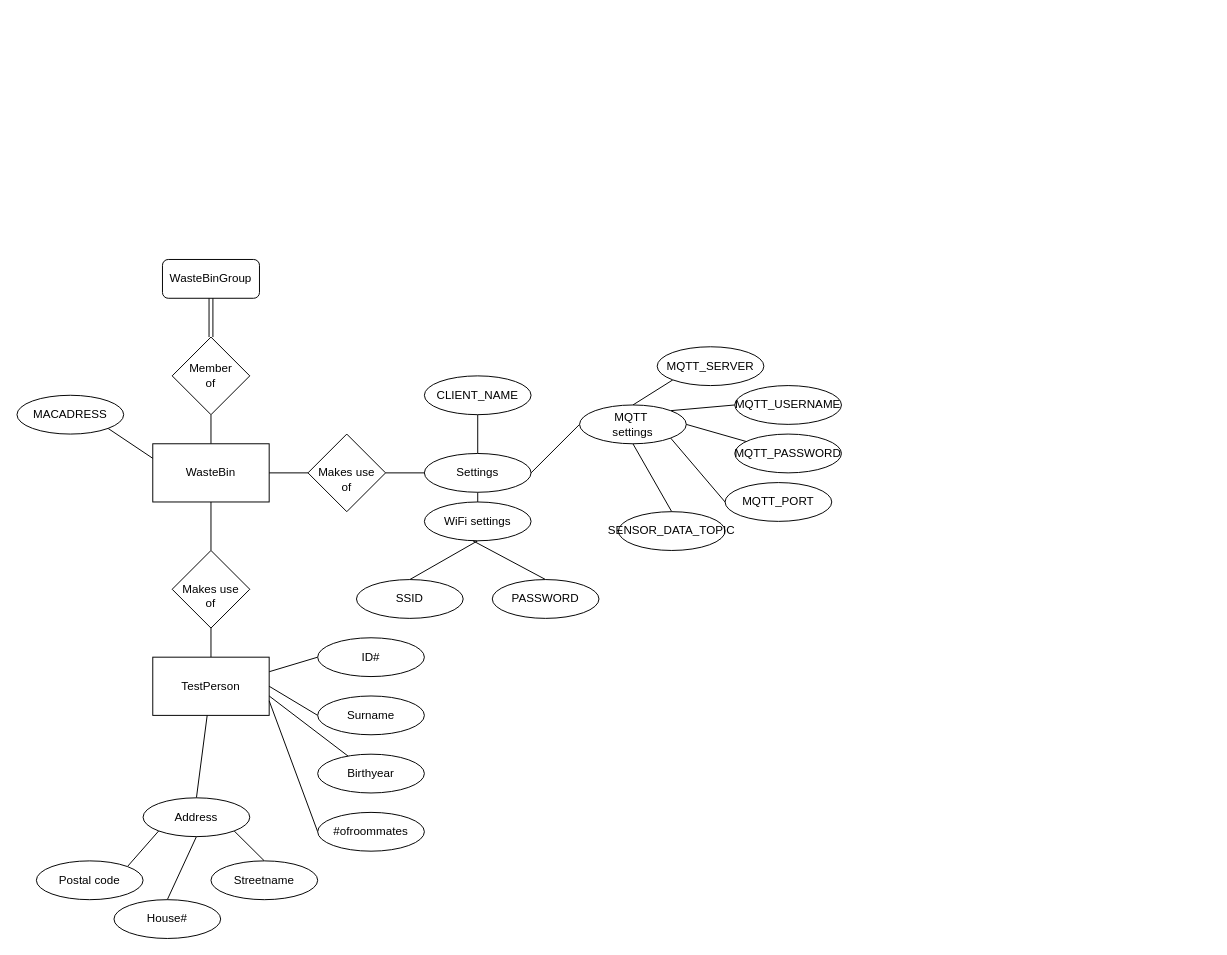
Above: WasteBinDBER.drawio in Casperdroid5/IoT-WasteBin-prototype (draw.io), before the change. Source tidied: cells renumbered, new cells numbered last; positions are measured from the earlier drawing's top-left corner, leaving out a move shared by most shapes. Both pictures are drawn from the tidied source at 97%, with x=0, y=0 at pixel (16, 259).
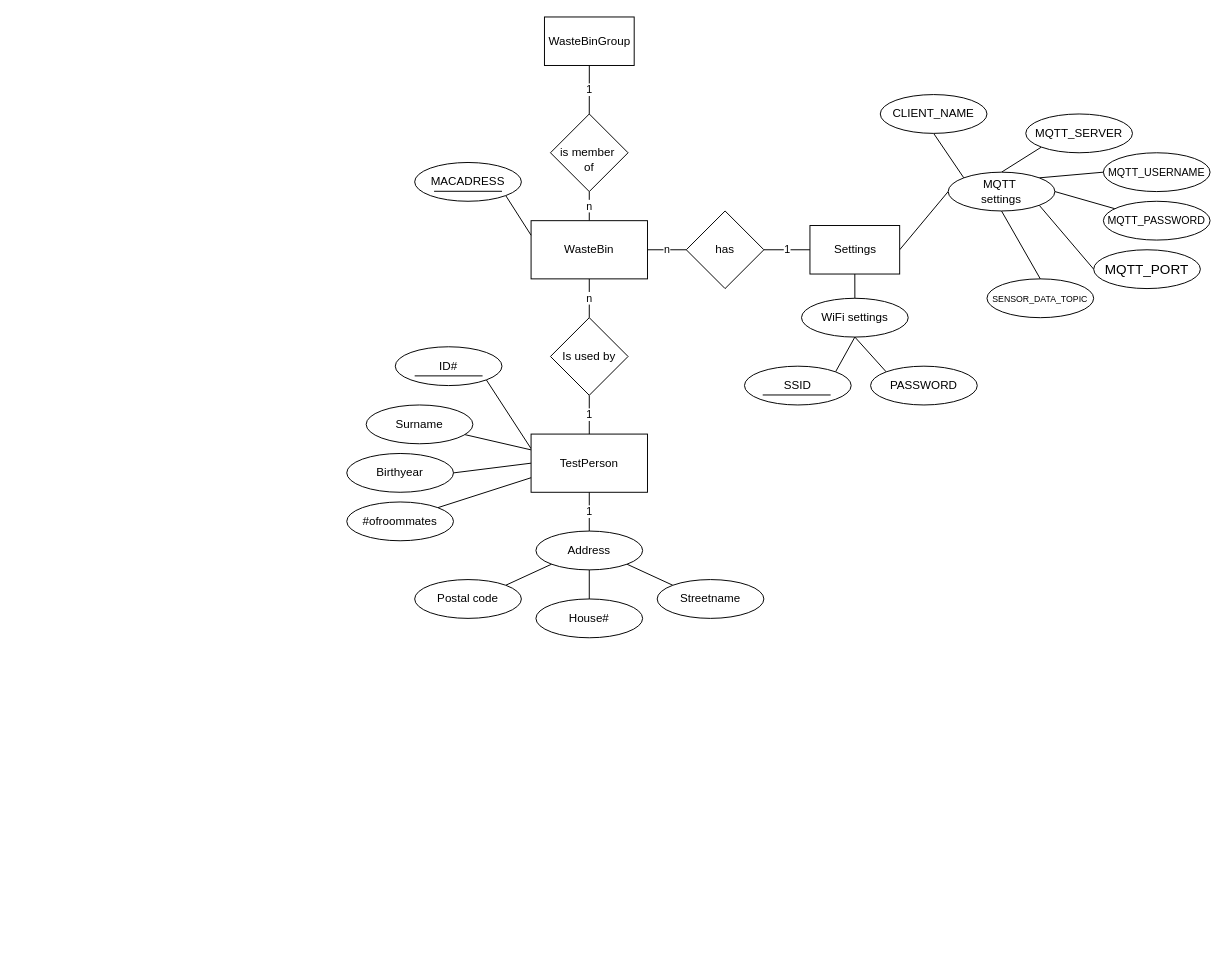
The same page after the edit.

Commit message (it also covers changes not shown here):
added new database design ERD

Diff of the diagram source:
```diff
@@
-    <mxCell id="2" style="edgeStyle=none;html=1;exitX=0.5;exitY=0;exitDx=0;exitDy=0;entryX=0.5;entryY=1;entryDx=0;entryDy=0;endArrow=none;endFill=0;" parent="1" edge="1" source="4" target="10">
-      <mxGeometry relative="1" as="geometry" />
+    <mxCell id="2" value="n" style="edgeStyle=none;html=1;exitX=0.5;exitY=0;exitDx=0;exitDy=0;entryX=0.5;entryY=1;entryDx=0;entryDy=0;endArrow=none;endFill=0;" parent="1" edge="1" source="4" target="10">
+      <mxGeometry x="0.01" relative="1" as="geometry" />
     </mxCell>
-    <mxCell id="3" style="edgeStyle=none;html=1;exitX=0.5;exitY=1;exitDx=0;exitDy=0;entryX=0.5;entryY=0;entryDx=0;entryDy=0;endArrow=none;endFill=0;" parent="1" edge="1" source="4" target="15">
+    <mxCell id="3" value="n" style="edgeStyle=none;html=1;exitX=0.5;exitY=1;exitDx=0;exitDy=0;entryX=0.5;entryY=0;entryDx=0;entryDy=0;endArrow=none;endFill=0;" parent="1" edge="1" source="4" target="15">
       <mxGeometry relative="1" as="geometry" />
     </mxCell>
     <mxCell id="4" value="WasteBin" style="rounded=0;whiteSpace=wrap;html=1;" parent="1" vertex="1">
-      <mxGeometry x="140" y="190" width="120" height="60" as="geometry" />
+      <mxGeometry x="530" y="-40" width="120" height="60" as="geometry" />
     </mxCell>
-    <mxCell id="5" style="edgeStyle=none;html=1;exitX=0.5;exitY=0;exitDx=0;exitDy=0;entryX=0.5;entryY=1;entryDx=0;entryDy=0;endArrow=none;endFill=0;" parent="1" edge="1" source="7" target="13">
-      <mxGeometry relative="1" as="geometry" />
-    </mxCell>
-    <mxCell id="6" style="edgeStyle=none;html=1;exitX=0.5;exitY=1;exitDx=0;exitDy=0;entryX=0.5;entryY=0;entryDx=0;entryDy=0;endArrow=none;endFill=0;" parent="1" edge="1" source="7" target="49">
-      <mxGeometry relative="1" as="geometry" />
-    </mxCell>
-    <mxCell id="7" value="Settings" style="ellipse;whiteSpace=wrap;html=1;" parent="1" vertex="1">
-      <mxGeometry x="420" y="200" width="110" height="40" as="geometry" />
-    </mxCell>
-    <mxCell id="8" value="WasteBinGroup" style="rounded=1;whiteSpace=wrap;html=1;" parent="1" vertex="1">
-      <mxGeometry x="150" width="100" height="40" as="geometry" />
-    </mxCell>
-    <mxCell id="9" style="edgeStyle=none;html=1;exitX=0.5;exitY=0;exitDx=0;exitDy=0;entryX=0.5;entryY=1;entryDx=0;entryDy=0;shape=link;" parent="1" edge="1" source="10" target="8">
+    <mxCell id="9" value="1" style="edgeStyle=none;html=1;exitX=0.5;exitY=0;exitDx=0;exitDy=0;entryX=0.5;entryY=1;entryDx=0;entryDy=0;endArrow=none;endFill=0;" parent="1" edge="1" source="10" target="8">
       <mxGeometry relative="1" as="geometry" />
     </mxCell>
-    <mxCell id="10" value="&amp;nbsp;Member&amp;nbsp;&lt;br&gt;of" style="rhombus;whiteSpace=wrap;html=1;" parent="1" vertex="1">
-      <mxGeometry x="160" y="80" width="80" height="80" as="geometry" />
+    <mxCell id="10" value="&amp;nbsp;&lt;br&gt;is member&amp;nbsp;&lt;br&gt;of" style="rhombus;whiteSpace=wrap;html=1;" parent="1" vertex="1">
+      <mxGeometry x="550" y="-150" width="80" height="80" as="geometry" />
     </mxCell>
@@
     <mxCell id="12" value="MACADRESS" style="ellipse;whiteSpace=wrap;html=1;" parent="1" vertex="1">
-      <mxGeometry y="140" width="110" height="40" as="geometry" />
+      <mxGeometry x="410" y="-100" width="110" height="40" as="geometry" />
     </mxCell>
+    <mxCell id="53" style="edgeStyle=none;html=1;exitX=0.5;exitY=1;exitDx=0;exitDy=0;entryX=0;entryY=0;entryDx=0;entryDy=0;endArrow=none;endFill=0;" parent="1" edge="1" source="13" target="38">
+      <mxGeometry relative="1" as="geometry" />
+    </mxCell>
     <mxCell id="13" value="CLIENT_NAME" style="ellipse;whiteSpace=wrap;html=1;" parent="1" vertex="1">
-      <mxGeometry x="420" y="120" width="110" height="40" as="geometry" />
+      <mxGeometry x="890" y="-170" width="110" height="40" as="geometry" />
     </mxCell>
-    <mxCell id="14" style="edgeStyle=none;html=1;exitX=0.5;exitY=1;exitDx=0;exitDy=0;entryX=0.5;entryY=0;entryDx=0;entryDy=0;endArrow=none;endFill=0;" parent="1" edge="1" source="15" target="17">
+    <mxCell id="14" value="1" style="edgeStyle=none;html=1;exitX=0.5;exitY=1;exitDx=0;exitDy=0;entryX=0.5;entryY=0;entryDx=0;entryDy=0;endArrow=none;endFill=0;" parent="1" edge="1" source="15" target="17">
       <mxGeometry relative="1" as="geometry" />
     </mxCell>
-    <mxCell id="15" value="&lt;br&gt;Makes use&lt;br&gt;of" style="rhombus;whiteSpace=wrap;html=1;" parent="1" vertex="1">
-      <mxGeometry x="160" y="300" width="80" height="80" as="geometry" />
+    <mxCell id="15" value="Is used by" style="rhombus;whiteSpace=wrap;html=1;" parent="1" vertex="1">
+      <mxGeometry x="550" y="60" width="80" height="80" as="geometry" />
     </mxCell>
-    <mxCell id="16" style="edgeStyle=none;html=1;exitX=1;exitY=0.25;exitDx=0;exitDy=0;entryX=0;entryY=0.5;entryDx=0;entryDy=0;endArrow=none;endFill=0;" parent="1" edge="1" source="17" target="18">
+    <mxCell id="16" style="edgeStyle=none;html=1;exitX=0;exitY=0.25;exitDx=0;exitDy=0;entryX=1;entryY=1;entryDx=0;entryDy=0;endArrow=none;endFill=0;" parent="1" edge="1" source="17" target="18">
       <mxGeometry relative="1" as="geometry" />
     </mxCell>
     <mxCell id="17" value="TestPerson" style="rounded=0;whiteSpace=wrap;html=1;" parent="1" vertex="1">
-      <mxGeometry x="140" y="410" width="120" height="60" as="geometry" />
+      <mxGeometry x="530" y="180" width="120" height="60" as="geometry" />
     </mxCell>
     <mxCell id="18" value="ID#" style="ellipse;whiteSpace=wrap;html=1;" parent="1" vertex="1">
-      <mxGeometry x="310" y="390" width="110" height="40" as="geometry" />
+      <mxGeometry x="390" y="90" width="110" height="40" as="geometry" />
     </mxCell>
-    <mxCell id="19" style="edgeStyle=none;html=1;exitX=0;exitY=0.5;exitDx=0;exitDy=0;entryX=1;entryY=0.5;entryDx=0;entryDy=0;endArrow=none;endFill=0;" parent="1" edge="1" source="20" target="17">
+    <mxCell id="19" style="edgeStyle=none;html=1;fontSize=14;endArrow=none;endFill=0;" parent="1" edge="1" source="20" target="17">
       <mxGeometry relative="1" as="geometry" />
     </mxCell>
     <mxCell id="20" value="Surname" style="ellipse;whiteSpace=wrap;html=1;" parent="1" vertex="1">
-      <mxGeometry x="310" y="450" width="110" height="40" as="geometry" />
+      <mxGeometry x="360" y="150" width="110" height="40" as="geometry" />
     </mxCell>
-    <mxCell id="21" style="edgeStyle=none;html=1;endArrow=none;endFill=0;" parent="1" edge="1" source="22">
+    <mxCell id="21" style="edgeStyle=none;html=1;endArrow=none;endFill=0;exitX=1;exitY=0.5;exitDx=0;exitDy=0;" parent="1" edge="1" source="22">
       <mxGeometry relative="1" as="geometry">
-        <mxPoint x="260" y="450" as="targetPoint" />
+        <mxPoint x="530" y="210" as="targetPoint" />
       </mxGeometry>
     </mxCell>
     <mxCell id="22" value="Birthyear" style="ellipse;whiteSpace=wrap;html=1;" parent="1" vertex="1">
-      <mxGeometry x="310" y="510" width="110" height="40" as="geometry" />
+      <mxGeometry x="340" y="200" width="110" height="40" as="geometry" />
     </mxCell>
-    <mxCell id="23" style="edgeStyle=none;html=1;entryX=1;entryY=0.75;entryDx=0;entryDy=0;endArrow=none;endFill=0;exitX=0;exitY=0.5;exitDx=0;exitDy=0;" parent="1" edge="1" source="24" target="17">
+    <mxCell id="23" style="edgeStyle=none;html=1;entryX=0;entryY=0.75;entryDx=0;entryDy=0;endArrow=none;endFill=0;exitX=1;exitY=0;exitDx=0;exitDy=0;" parent="1" edge="1" source="24" target="17">
       <mxGeometry relative="1" as="geometry" />
     </mxCell>
     <mxCell id="24" value="#ofroommates" style="ellipse;whiteSpace=wrap;html=1;" parent="1" vertex="1">
-      <mxGeometry x="310" y="570" width="110" height="40" as="geometry" />
+      <mxGeometry x="340" y="250" width="110" height="40" as="geometry" />
     </mxCell>
-    <mxCell id="25" style="edgeStyle=none;html=1;exitX=0.5;exitY=0;exitDx=0;exitDy=0;entryX=1;entryY=1;entryDx=0;entryDy=0;endArrow=none;endFill=0;" parent="1" edge="1" source="26" target="28">
+    <mxCell id="25" style="edgeStyle=none;html=1;exitX=0;exitY=0;exitDx=0;exitDy=0;entryX=1;entryY=1;entryDx=0;entryDy=0;endArrow=none;endFill=0;" parent="1" edge="1" source="26" target="28">
       <mxGeometry relative="1" as="geometry" />
     </mxCell>
     <mxCell id="26" value="Streetname" style="ellipse;whiteSpace=wrap;html=1;" parent="1" vertex="1">
-      <mxGeometry x="200" y="620" width="110" height="40" as="geometry" />
+      <mxGeometry x="660" y="330" width="110" height="40" as="geometry" />
     </mxCell>
-    <mxCell id="27" style="edgeStyle=none;html=1;exitX=0.5;exitY=0;exitDx=0;exitDy=0;endArrow=none;endFill=0;" parent="1" edge="1" source="28" target="17">
+    <mxCell id="27" value="1" style="edgeStyle=none;html=1;exitX=0.5;exitY=0;exitDx=0;exitDy=0;endArrow=none;endFill=0;startArrow=none;" parent="1" edge="1" source="28" target="17">
       <mxGeometry relative="1" as="geometry" />
     </mxCell>
     <mxCell id="28" value="Address" style="ellipse;whiteSpace=wrap;html=1;" parent="1" vertex="1">
-      <mxGeometry x="130" y="555" width="110" height="40" as="geometry" />
+      <mxGeometry x="535" y="280" width="110" height="40" as="geometry" />
     </mxCell>
@@
     <mxCell id="30" value="House#" style="ellipse;whiteSpace=wrap;html=1;" parent="1" vertex="1">
-      <mxGeometry x="100" y="660" width="110" height="40" as="geometry" />
+      <mxGeometry x="535" y="350" width="110" height="40" as="geometry" />
     </mxCell>
@@
     <mxCell id="32" value="Postal code" style="ellipse;whiteSpace=wrap;html=1;" parent="1" vertex="1">
-      <mxGeometry x="20" y="620" width="110" height="40" as="geometry" />
+      <mxGeometry x="410" y="330" width="110" height="40" as="geometry" />
     </mxCell>
@@
     <mxCell id="38" value="MQTT&amp;nbsp;&lt;br&gt;settings" style="ellipse;whiteSpace=wrap;html=1;" parent="1" vertex="1">
-      <mxGeometry x="580" y="150" width="110" height="40" as="geometry" />
+      <mxGeometry x="960" y="-90" width="110" height="40" as="geometry" />
     </mxCell>
-    <mxCell id="39" style="edgeStyle=none;html=1;entryX=0;entryY=0.5;entryDx=0;entryDy=0;endArrow=none;endFill=0;" parent="1" edge="1" source="4" target="41">
+    <mxCell id="39" value="n" style="edgeStyle=none;html=1;entryX=0;entryY=0.5;entryDx=0;entryDy=0;endArrow=none;endFill=0;" parent="1" edge="1" source="4" target="41">
       <mxGeometry relative="1" as="geometry" />
     </mxCell>
-    <mxCell id="40" style="edgeStyle=none;html=1;exitX=1;exitY=0.5;exitDx=0;exitDy=0;entryX=0;entryY=0.5;entryDx=0;entryDy=0;endArrow=none;endFill=0;" parent="1" edge="1" source="41" target="7">
+    <mxCell id="40" value="1" style="edgeStyle=none;html=1;exitX=1;exitY=0.5;exitDx=0;exitDy=0;endArrow=none;endFill=0;entryX=0;entryY=0.5;entryDx=0;entryDy=0;" parent="1" edge="1" source="41" target="7">
       <mxGeometry relative="1" as="geometry" />
     </mxCell>
-    <mxCell id="41" value="&lt;br&gt;Makes use&lt;br&gt;of" style="rhombus;whiteSpace=wrap;html=1;" parent="1" vertex="1">
-      <mxGeometry x="300" y="180" width="80" height="80" as="geometry" />
+    <mxCell id="41" value="has" style="rhombus;whiteSpace=wrap;html=1;" parent="1" vertex="1">
+      <mxGeometry x="690" y="-50" width="80" height="80" as="geometry" />
     </mxCell>
     <mxCell id="42" value="MQTT_SERVER" style="ellipse;whiteSpace=wrap;html=1;" parent="1" vertex="1">
-      <mxGeometry x="660" y="90" width="110" height="40" as="geometry" />
+      <mxGeometry x="1040" y="-150" width="110" height="40" as="geometry" />
     </mxCell>
-    <mxCell id="43" value="MQTT_USERNAME" style="ellipse;whiteSpace=wrap;html=1;" parent="1" vertex="1">
-      <mxGeometry x="740" y="130" width="110" height="40" as="geometry" />
+    <mxCell id="43" value="&lt;font style=&quot;font-size: 11px;&quot;&gt;MQTT_USERNAME&lt;/font&gt;" style="ellipse;whiteSpace=wrap;html=1;" parent="1" vertex="1">
+      <mxGeometry x="1120" y="-110" width="110" height="40" as="geometry" />
     </mxCell>
@@
-    <mxCell id="45" value="MQTT_PASSWORD" style="ellipse;whiteSpace=wrap;html=1;" parent="1" vertex="1">
-      <mxGeometry x="740" y="180" width="110" height="40" as="geometry" />
+    <mxCell id="45" value="&lt;font style=&quot;font-size: 11px;&quot;&gt;MQTT_PASSWORD&lt;/font&gt;" style="ellipse;whiteSpace=wrap;html=1;" parent="1" vertex="1">
+      <mxGeometry x="1120" y="-60" width="110" height="40" as="geometry" />
     </mxCell>
-    <mxCell id="46" value="MQTT_PORT" style="ellipse;whiteSpace=wrap;html=1;" parent="1" vertex="1">
-      <mxGeometry x="730" y="230" width="110" height="40" as="geometry" />
+    <mxCell id="46" value="&lt;font style=&quot;font-size: 14px;&quot;&gt;MQTT_PORT&lt;/font&gt;" style="ellipse;whiteSpace=wrap;html=1;" parent="1" vertex="1">
+      <mxGeometry x="1110" y="-10" width="110" height="40" as="geometry" />
     </mxCell>
-    <mxCell id="47" value="SENSOR_DATA_TOPIC" style="ellipse;whiteSpace=wrap;html=1;" parent="1" vertex="1">
-      <mxGeometry x="620" y="260" width="110" height="40" as="geometry" />
+    <mxCell id="47" value="&lt;font style=&quot;font-size: 9px;&quot;&gt;SENSOR_DATA_TOPIC&lt;/font&gt;" style="ellipse;whiteSpace=wrap;html=1;" parent="1" vertex="1">
+      <mxGeometry x="1000" y="20" width="110" height="40" as="geometry" />
     </mxCell>
-    <mxCell id="48" style="edgeStyle=none;html=1;exitX=0.5;exitY=1;exitDx=0;exitDy=0;entryX=0.5;entryY=0;entryDx=0;entryDy=0;endArrow=none;endFill=0;" parent="1" edge="1" source="49" target="50">
+    <mxCell id="48" style="edgeStyle=none;html=1;exitX=0.5;exitY=1;exitDx=0;exitDy=0;entryX=1;entryY=0;entryDx=0;entryDy=0;endArrow=none;endFill=0;" parent="1" edge="1" source="49" target="50">
       <mxGeometry relative="1" as="geometry" />
     </mxCell>
-    <mxCell id="49" value="WiFi settings" style="ellipse;whiteSpace=wrap;html=1;" parent="1" vertex="1">
-      <mxGeometry x="420" y="250" width="110" height="40" as="geometry" />
-    </mxCell>
     <mxCell id="50" value="SSID" style="ellipse;whiteSpace=wrap;html=1;" parent="1" vertex="1">
-      <mxGeometry x="350" y="330" width="110" height="40" as="geometry" />
+      <mxGeometry x="750" y="110" width="110" height="40" as="geometry" />
     </mxCell>
-    <mxCell id="51" style="edgeStyle=none;html=1;exitX=0.5;exitY=0;exitDx=0;exitDy=0;endArrow=none;endFill=0;" parent="1" edge="1" source="52">
-      <mxGeometry relative="1" as="geometry">
-        <mxPoint x="470" y="290" as="targetPoint" />
-      </mxGeometry>
+    <mxCell id="51" style="edgeStyle=none;html=1;exitX=0;exitY=0;exitDx=0;exitDy=0;endArrow=none;endFill=0;entryX=0.5;entryY=1;entryDx=0;entryDy=0;" parent="1" edge="1" source="52" target="49">
+      <mxGeometry relative="1" as="geometry" />
     </mxCell>
     <mxCell id="52" value="PASSWORD" style="ellipse;whiteSpace=wrap;html=1;" parent="1" vertex="1">
-      <mxGeometry x="490" y="330" width="110" height="40" as="geometry" />
+      <mxGeometry x="880" y="110" width="110" height="40" as="geometry" />
     </mxCell>
+    <mxCell id="6" style="edgeStyle=none;html=1;exitX=0.5;exitY=1;exitDx=0;exitDy=0;entryX=0.5;entryY=0;entryDx=0;entryDy=0;endArrow=none;endFill=0;" parent="1" edge="1" source="7" target="49">
+      <mxGeometry relative="1" as="geometry" />
+    </mxCell>
+    <mxCell id="7" value="Settings" style="rounded=0;whiteSpace=wrap;html=1;" parent="1" vertex="1">
+      <mxGeometry x="817.5" y="-35" width="92.5" height="50" as="geometry" />
+    </mxCell>
+    <mxCell id="49" value="WiFi settings" style="ellipse;whiteSpace=wrap;html=1;" parent="1" vertex="1">
+      <mxGeometry x="808.8" y="40" width="110" height="40" as="geometry" />
+    </mxCell>
+    <mxCell id="8" value="WasteBinGroup" style="rounded=0;whiteSpace=wrap;html=1;" parent="1" vertex="1">
+      <mxGeometry x="543.8" y="-250" width="92.5" height="50" as="geometry" />
+    </mxCell>
+    <mxCell id="54" style="endArrow=none;html=1;" parent="1" edge="1">
+      <mxGeometry relative="1" as="geometry">
+        <mxPoint x="430" y="-70.3" as="sourcePoint" />
+        <mxPoint x="500" y="-70.3" as="targetPoint" />
+      </mxGeometry>
+    </mxCell>
+    <mxCell id="55" style="endArrow=none;html=1;" parent="1" edge="1">
+      <mxGeometry relative="1" as="geometry">
+        <mxPoint x="768.8" y="139.7" as="sourcePoint" />
+        <mxPoint x="838.8" y="139.7" as="targetPoint" />
+      </mxGeometry>
+    </mxCell>
+    <mxCell id="56" style="endArrow=none;html=1;" parent="1" edge="1">
+      <mxGeometry relative="1" as="geometry">
+        <mxPoint x="410" y="120" as="sourcePoint" />
+        <mxPoint x="480" y="120" as="targetPoint" />
+      </mxGeometry>
+    </mxCell>
```
